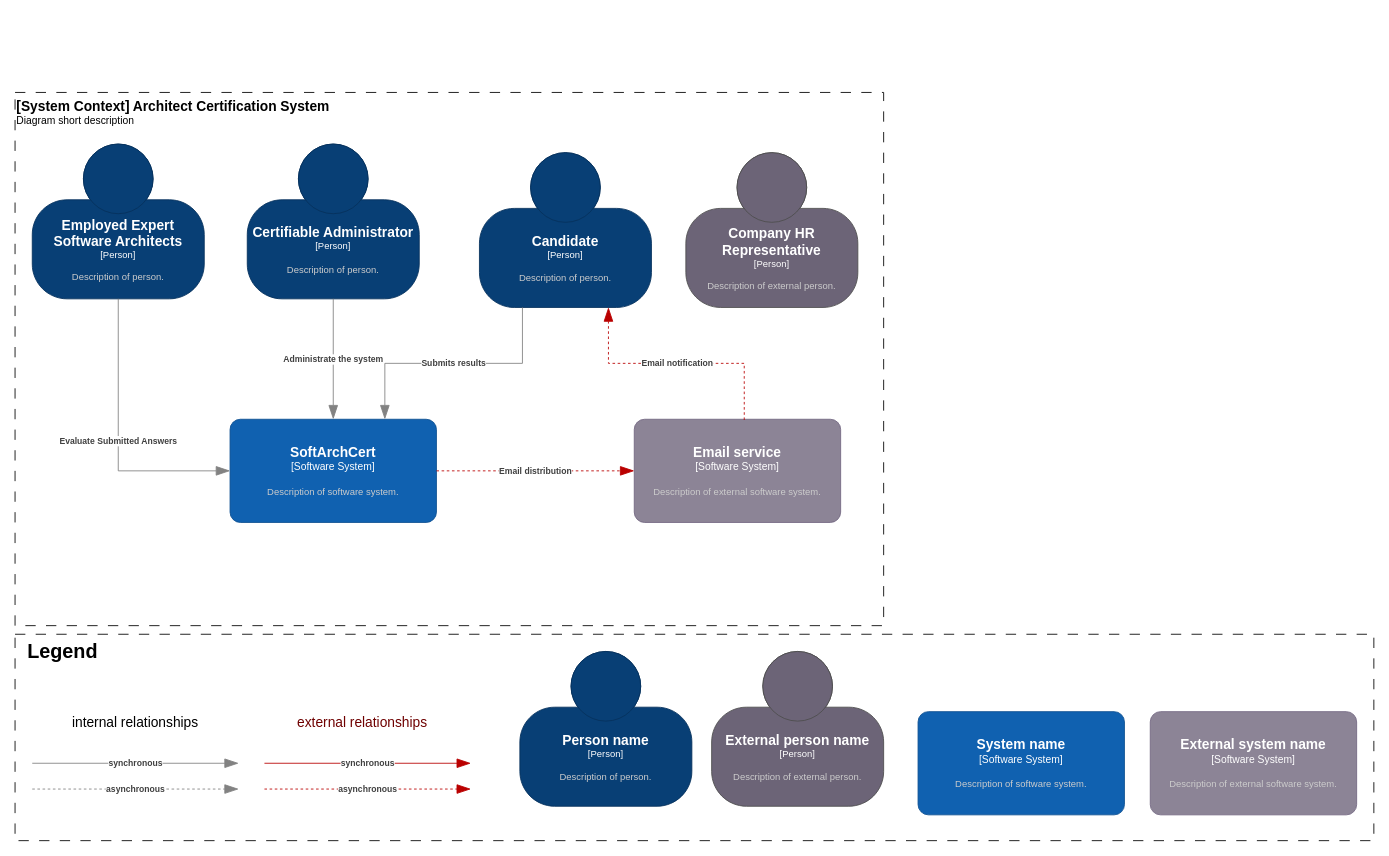
This is page "C1-Context" (1 of 3) of Certifiable c4.drawio from architectrons/arch-kata-2025, a draw.io file, before an edit. Source tidied: cells renumbered, new cells numbered last; positions are measured from the earlier drawing's top-left corner, leaving out a move shared by most shapes. Both pictures are drawn from the tidied source at 86%, with x=0, y=0 at pixel (15, 92).
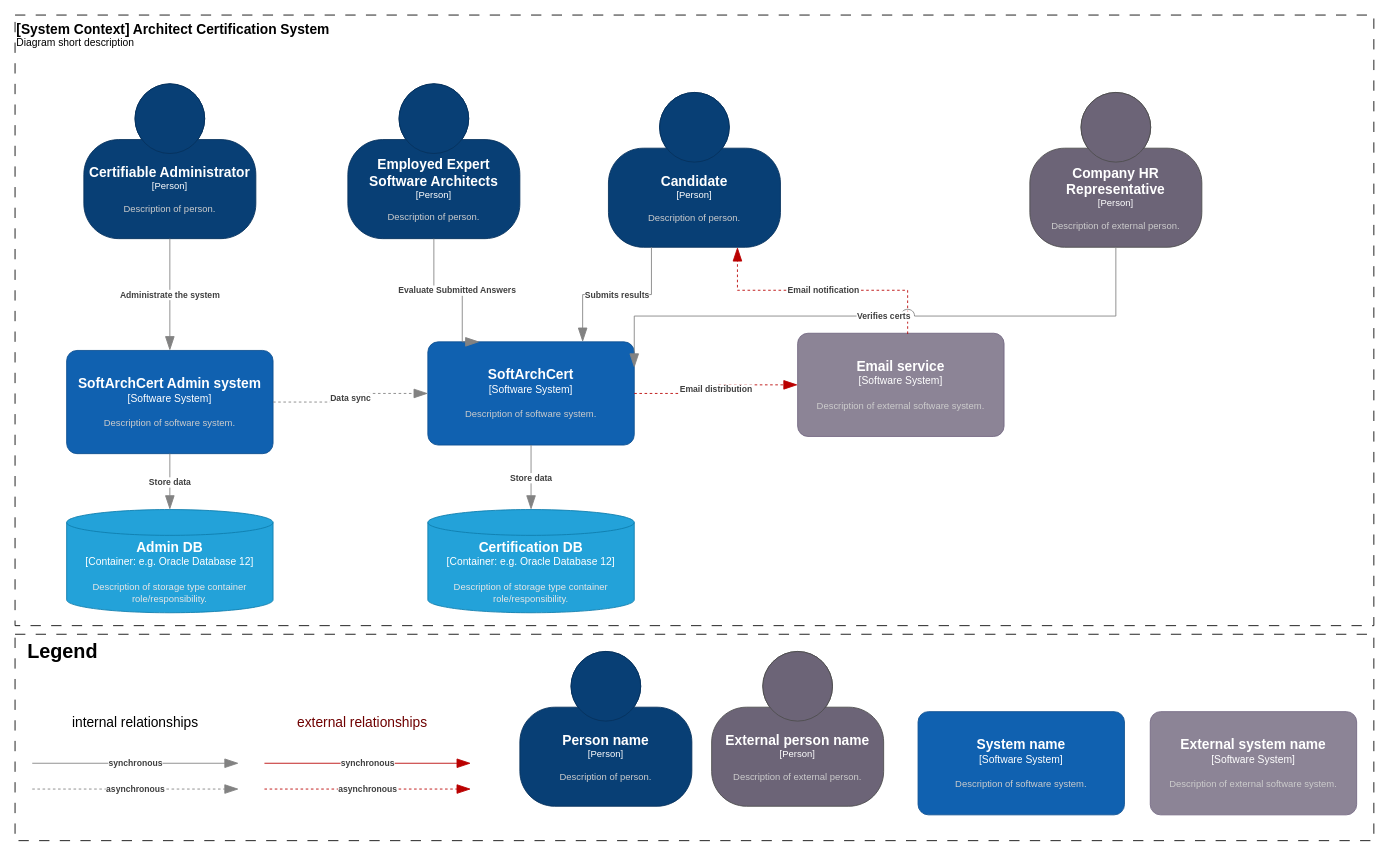
Above is the later version.

Diff of the diagram source:
```diff
@@
     <object id="3" label="&lt;font style=&quot;font-size: 16px&quot;&gt;&lt;b&gt;%c4Name%&lt;/b&gt;&lt;/font&gt;&lt;div&gt;[%c4Type%]&lt;/div&gt;&lt;br&gt;&lt;div&gt;&lt;font style=&quot;font-size: 11px&quot;&gt;&lt;font color=&quot;#cccccc&quot;&gt;%c4Description%&lt;/font&gt;&lt;/div&gt;" c4Description="Description of person." c4Name="Candidate" c4Type="Person" placeholders="1">
       <mxCell style="html=1;fontSize=11;dashed=0;whiteSpace=wrap;fillColor=#083F75;strokeColor=#06315C;fontColor=#ffffff;shape=mxgraph.c4.person2;align=center;points=[[0.5,0,0],[1,0.5,0],[1,0.75,0],[0.75,1,0],[0.5,1,0],[0.25,1,0],[0,0.75,0],[0,0.5,0]];" parent="1" vertex="1">
-        <mxGeometry x="540" y="70" width="200" height="180" as="geometry" />
+        <mxGeometry x="690" width="200" height="180" as="geometry" />
       </mxCell>
     </object>
     <object id="4" label="&lt;font style=&quot;font-size: 16px&quot;&gt;&lt;b&gt;%c4Name%&lt;/b&gt;&lt;/font&gt;&lt;div&gt;[%c4Type%]&lt;/div&gt;&lt;br&gt;&lt;div&gt;&lt;font style=&quot;font-size: 11px&quot;&gt;&lt;font color=&quot;#cccccc&quot;&gt;%c4Description%&lt;/font&gt;&lt;/div&gt;" c4Description="Description of person." c4Name="Certifiable Administrator" c4Type="Person" placeholders="1">
       <mxCell style="html=1;fontSize=11;dashed=0;whiteSpace=wrap;fillColor=#083F75;strokeColor=#06315C;fontColor=#ffffff;shape=mxgraph.c4.person2;align=center;points=[[0.5,0,0],[1,0.5,0],[1,0.75,0],[0.75,1,0],[0.5,1,0],[0.25,1,0],[0,0.75,0],[0,0.5,0]];" parent="1" vertex="1">
-        <mxGeometry x="270" y="60" width="200" height="180" as="geometry" />
+        <mxGeometry x="80" y="-10" width="200" height="180" as="geometry" />
       </mxCell>
     </object>
     <object id="5" label="&lt;font style=&quot;font-size: 16px&quot;&gt;&lt;b&gt;%c4Name%&lt;/b&gt;&lt;/font&gt;&lt;div&gt;[%c4Type%]&lt;/div&gt;&lt;br&gt;&lt;div&gt;&lt;font style=&quot;font-size: 11px&quot;&gt;&lt;font color=&quot;#cccccc&quot;&gt;%c4Description%&lt;/font&gt;&lt;/div&gt;" c4Description="Description of person." c4Name="Employed Expert Software Architects" c4Type="Person" placeholders="1">
       <mxCell style="html=1;fontSize=11;dashed=0;whiteSpace=wrap;fillColor=#083F75;strokeColor=#06315C;fontColor=#ffffff;shape=mxgraph.c4.person2;align=center;points=[[0.5,0,0],[1,0.5,0],[1,0.75,0],[0.75,1,0],[0.5,1,0],[0.25,1,0],[0,0.75,0],[0,0.5,0]];" parent="1" vertex="1">
-        <mxGeometry x="20" y="60" width="200" height="180" as="geometry" />
+        <mxGeometry x="387" y="-10" width="200" height="180" as="geometry" />
       </mxCell>
     </object>
     <object id="6" label="&lt;font style=&quot;font-size: 16px&quot;&gt;&lt;b&gt;%c4Name%&lt;/b&gt;&lt;/font&gt;&lt;div&gt;[%c4Type%]&lt;/div&gt;&lt;br&gt;&lt;div&gt;&lt;font style=&quot;font-size: 11px&quot;&gt;&lt;font color=&quot;#cccccc&quot;&gt;%c4Description%&lt;/font&gt;&lt;/div&gt;" c4Description="Description of external person." c4Name="Company HR Representative" c4Type="Person" placeholders="1">
       <mxCell style="html=1;fontSize=11;dashed=0;whiteSpace=wrap;fillColor=#6C6477;strokeColor=#4D4D4D;fontColor=#ffffff;shape=mxgraph.c4.person2;align=center;points=[[0.5,0,0],[1,0.5,0],[1,0.75,0],[0.75,1,0],[0.5,1,0],[0.25,1,0],[0,0.75,0],[0,0.5,0]];" parent="1" vertex="1">
-        <mxGeometry x="780" y="70" width="200" height="180" as="geometry" />
+        <mxGeometry x="1180" width="200" height="180" as="geometry" />
       </mxCell>
     </object>
     <object id="7" label="&lt;font style=&quot;font-size: 16px&quot;&gt;&lt;b&gt;%c4Name%&lt;/b&gt;&lt;/font&gt;&lt;div&gt;[%c4Type%]&lt;/div&gt;&lt;br&gt;&lt;div&gt;&lt;font style=&quot;font-size: 11px&quot;&gt;&lt;font color=&quot;#cccccc&quot;&gt;%c4Description%&lt;/font&gt;&lt;/div&gt;" c4Description="Description of software system." c4Name="SoftArchCert" c4Type="Software System" placeholders="1">
       <mxCell style="rounded=1;whiteSpace=wrap;html=1;labelBackgroundColor=none;fillColor=#1061B0;fontColor=#ffffff;align=center;arcSize=10;strokeColor=#0D5091;points=[[0.25,0,0],[0.5,0,0],[0.75,0,0],[1,0.25,0],[1,0.5,0],[1,0.75,0],[0.75,1,0],[0.5,1,0],[0.25,1,0],[0,0.75,0],[0,0.5,0],[0,0.25,0]];" parent="1" vertex="1">
-        <mxGeometry x="250" y="380" width="240" height="120" as="geometry" />
+        <mxGeometry x="480" y="290" width="240" height="120" as="geometry" />
       </mxCell>
     </object>
     <object id="8" label="&lt;font style=&quot;font-size: 16px&quot;&gt;&lt;b&gt;%c4Name%&lt;/b&gt;&lt;/font&gt;&lt;div&gt;[%c4Type%]&lt;/div&gt;&lt;br&gt;&lt;div&gt;&lt;font style=&quot;font-size: 11px&quot;&gt;&lt;font color=&quot;#cccccc&quot;&gt;%c4Description%&lt;/font&gt;&lt;/div&gt;" c4Description="Description of external software system." c4Name="Email service" c4Type="Software System" placeholders="1">
       <mxCell style="rounded=1;whiteSpace=wrap;html=1;labelBackgroundColor=none;fillColor=#8C8496;fontColor=#ffffff;align=center;arcSize=10;strokeColor=#736782;points=[[0.25,0,0],[0.5,0,0],[0.75,0,0],[1,0.25,0],[1,0.5,0],[1,0.75,0],[0.75,1,0],[0.5,1,0],[0.25,1,0],[0,0.75,0],[0,0.5,0],[0,0.25,0]];" parent="1" vertex="1">
-        <mxGeometry x="720" y="380" width="240" height="120" as="geometry" />
+        <mxGeometry x="910" y="280" width="240" height="120" as="geometry" />
       </mxCell>
     </object>
     <object id="9" label="&lt;font style=&quot;font-size: 16px&quot;&gt;&lt;b&gt;&lt;div style=&quot;text-align: left&quot;&gt;%c4Name%&lt;/div&gt;&lt;/b&gt;&lt;/font&gt;&lt;div style=&quot;text-align: left&quot;&gt;%c4Description%&lt;/div&gt;" c4Description="Diagram short description" c4Name="[System Context] Architect Certification System" placeholders="1">
       <mxCell style="text;html=1;strokeColor=default;fillColor=none;align=left;verticalAlign=top;whiteSpace=wrap;rounded=0;dashed=1;dashPattern=12 12;" parent="1" vertex="1">
-        <mxGeometry width="1010" height="620" as="geometry" />
+        <mxGeometry y="-90" width="1580" height="710" as="geometry" />
       </mxCell>
     </object>
@@
     <object id="23" label="&lt;div style=&quot;text-align: left&quot;&gt;&lt;div style=&quot;text-align: center&quot;&gt;&lt;b&gt;%c4Description%&lt;/b&gt;&lt;/div&gt;" c4Description="Evaluate Submitted Answers" placeholders="1">
-      <mxCell style="endArrow=blockThin;html=1;fontSize=10;fontColor=#404040;strokeWidth=1;endFill=1;strokeColor=#828282;elbow=vertical;endSize=14;startSize=14;jumpStyle=arc;jumpSize=16;rounded=0;edgeStyle=orthogonalEdgeStyle;exitX=0.5;exitY=1;exitDx=0;exitDy=0;exitPerimeter=0;entryX=0;entryY=0.5;entryDx=0;entryDy=0;entryPerimeter=0;" parent="1" edge="1" source="5" target="7">
-        <mxGeometry relative="1" as="geometry" />
+      <mxCell style="endArrow=blockThin;html=1;fontSize=10;fontColor=#404040;strokeWidth=1;endFill=1;strokeColor=#828282;elbow=vertical;endSize=14;startSize=14;jumpStyle=arc;jumpSize=16;rounded=0;edgeStyle=orthogonalEdgeStyle;exitX=0.5;exitY=1;exitDx=0;exitDy=0;exitPerimeter=0;entryX=0.25;entryY=0;entryDx=0;entryDy=0;entryPerimeter=0;" parent="1" edge="1" source="5" target="7">
+        <mxGeometry relative="1" as="geometry">
+          <Array as="points">
+            <mxPoint x="487" y="230" />
+            <mxPoint x="520" y="230" />
+          </Array>
+        </mxGeometry>
       </mxCell>
     </object>
     <object id="24" label="&lt;div style=&quot;text-align: left&quot;&gt;&lt;div style=&quot;text-align: center&quot;&gt;&lt;b&gt;%c4Description%&lt;/b&gt;&lt;/div&gt;" c4Description="Administrate the system" placeholders="1">
-      <mxCell style="endArrow=blockThin;html=1;fontSize=10;fontColor=#404040;strokeWidth=1;endFill=1;strokeColor=#828282;elbow=vertical;endSize=14;startSize=14;jumpStyle=arc;jumpSize=16;rounded=0;edgeStyle=orthogonalEdgeStyle;exitX=0.5;exitY=1;exitDx=0;exitDy=0;exitPerimeter=0;entryX=0.5;entryY=0;entryDx=0;entryDy=0;entryPerimeter=0;" parent="1" edge="1" source="4" target="7">
+      <mxCell style="endArrow=blockThin;html=1;fontSize=10;fontColor=#404040;strokeWidth=1;endFill=1;strokeColor=#828282;elbow=vertical;endSize=14;startSize=14;jumpStyle=arc;jumpSize=16;rounded=0;edgeStyle=orthogonalEdgeStyle;exitX=0.5;exitY=1;exitDx=0;exitDy=0;exitPerimeter=0;entryX=0.5;entryY=0;entryDx=0;entryDy=0;entryPerimeter=0;" parent="1" edge="1" source="4" target="28">
         <mxGeometry relative="1" as="geometry" />
       </mxCell>
     </object>
@@
+    <object id="26" label="&lt;font style=&quot;font-size: 16px&quot;&gt;&lt;b&gt;%c4Name%&lt;/b&gt;&lt;/font&gt;&lt;div&gt;[%c4Type%:&amp;nbsp;%c4Technology%]&lt;/div&gt;&lt;br&gt;&lt;div&gt;&lt;font style=&quot;font-size: 11px&quot;&gt;&lt;font color=&quot;#E6E6E6&quot;&gt;%c4Description%&lt;/font&gt;&lt;/div&gt;" c4Description="Description of storage type container role/responsibility." c4Name="Certification DB" c4Technology="e.g. Oracle Database 12" c4Type="Container" placeholders="1">
+      <mxCell style="shape=cylinder3;size=15;whiteSpace=wrap;html=1;boundedLbl=1;rounded=0;labelBackgroundColor=none;fillColor=#23A2D9;fontSize=12;fontColor=#ffffff;align=center;strokeColor=#0E7DAD;points=[[0.5,0,0],[1,0.25,0],[1,0.5,0],[1,0.75,0],[0.5,1,0],[0,0.75,0],[0,0.5,0],[0,0.25,0]];" parent="1" vertex="1">
+        <mxGeometry x="480" y="485" width="240" height="120" as="geometry" />
+      </mxCell>
+    </object>
+    <object id="27" label="&lt;div style=&quot;text-align: left&quot;&gt;&lt;div style=&quot;text-align: center&quot;&gt;&lt;b&gt;%c4Description%&lt;/b&gt;&lt;/div&gt;" c4Description="Store data" placeholders="1">
+      <mxCell style="endArrow=blockThin;html=1;fontSize=10;fontColor=#404040;strokeWidth=1;endFill=1;strokeColor=#828282;elbow=vertical;endSize=14;startSize=14;jumpStyle=arc;jumpSize=16;rounded=0;edgeStyle=orthogonalEdgeStyle;exitX=0.5;exitY=1;exitDx=0;exitDy=0;exitPerimeter=0;entryX=0.5;entryY=0;entryDx=0;entryDy=0;entryPerimeter=0;" parent="1" edge="1" source="7" target="26">
+        <mxGeometry relative="1" as="geometry" />
+      </mxCell>
+    </object>
+    <object id="28" label="&lt;font style=&quot;font-size: 16px&quot;&gt;&lt;b&gt;%c4Name%&lt;/b&gt;&lt;/font&gt;&lt;div&gt;[%c4Type%]&lt;/div&gt;&lt;br&gt;&lt;div&gt;&lt;font style=&quot;font-size: 11px&quot;&gt;&lt;font color=&quot;#cccccc&quot;&gt;%c4Description%&lt;/font&gt;&lt;/div&gt;" c4Description="Description of software system." c4Name="SoftArchCert Admin system" c4Type="Software System" placeholders="1">
+      <mxCell style="rounded=1;whiteSpace=wrap;html=1;labelBackgroundColor=none;fillColor=#1061B0;fontColor=#ffffff;align=center;arcSize=10;strokeColor=#0D5091;points=[[0.25,0,0],[0.5,0,0],[0.75,0,0],[1,0.25,0],[1,0.5,0],[1,0.75,0],[0.75,1,0],[0.5,1,0],[0.25,1,0],[0,0.75,0],[0,0.5,0],[0,0.25,0]];" parent="1" vertex="1">
+        <mxGeometry x="60" y="300" width="240" height="120" as="geometry" />
+      </mxCell>
+    </object>
+    <object id="29" label="&lt;font style=&quot;font-size: 16px&quot;&gt;&lt;b&gt;%c4Name%&lt;/b&gt;&lt;/font&gt;&lt;div&gt;[%c4Type%:&amp;nbsp;%c4Technology%]&lt;/div&gt;&lt;br&gt;&lt;div&gt;&lt;font style=&quot;font-size: 11px&quot;&gt;&lt;font color=&quot;#E6E6E6&quot;&gt;%c4Description%&lt;/font&gt;&lt;/div&gt;" c4Description="Description of storage type container role/responsibility." c4Name="Admin DB" c4Technology="e.g. Oracle Database 12" c4Type="Container" placeholders="1">
+      <mxCell style="shape=cylinder3;size=15;whiteSpace=wrap;html=1;boundedLbl=1;rounded=0;labelBackgroundColor=none;fillColor=#23A2D9;fontSize=12;fontColor=#ffffff;align=center;strokeColor=#0E7DAD;points=[[0.5,0,0],[1,0.25,0],[1,0.5,0],[1,0.75,0],[0.5,1,0],[0,0.75,0],[0,0.5,0],[0,0.25,0]];" parent="1" vertex="1">
+        <mxGeometry x="60" y="485" width="240" height="120" as="geometry" />
+      </mxCell>
+    </object>
+    <object id="30" label="&lt;div style=&quot;text-align: left&quot;&gt;&lt;div style=&quot;text-align: center&quot;&gt;&lt;b&gt;%c4Description%&lt;/b&gt;&lt;/div&gt;" c4Description="Store data" placeholders="1">
+      <mxCell style="endArrow=blockThin;html=1;fontSize=10;fontColor=#404040;strokeWidth=1;endFill=1;strokeColor=#828282;elbow=vertical;endSize=14;startSize=14;jumpStyle=arc;jumpSize=16;rounded=0;edgeStyle=orthogonalEdgeStyle;exitX=0.5;exitY=1;exitDx=0;exitDy=0;exitPerimeter=0;" parent="1" edge="1" source="28" target="29">
+        <mxGeometry relative="1" as="geometry" />
+      </mxCell>
+    </object>
+    <object id="31" label="&lt;div style=&quot;text-align: left&quot;&gt;&lt;div style=&quot;text-align: center&quot;&gt;&lt;b&gt;%c4Description%&lt;/b&gt;&lt;/div&gt;" c4Description="Data sync" placeholders="1">
+      <mxCell style="endArrow=blockThin;html=1;fontSize=10;fontColor=#404040;strokeWidth=1;endFill=1;strokeColor=#828282;elbow=vertical;endSize=14;startSize=14;jumpStyle=arc;jumpSize=16;rounded=0;edgeStyle=orthogonalEdgeStyle;dashed=1;exitX=1;exitY=0.5;exitDx=0;exitDy=0;exitPerimeter=0;entryX=0;entryY=0.5;entryDx=0;entryDy=0;entryPerimeter=0;" parent="1" edge="1" source="28" target="7">
+        <mxGeometry relative="1" as="geometry" />
+      </mxCell>
+    </object>
+    <object id="32" label="&lt;div style=&quot;text-align: left&quot;&gt;&lt;div style=&quot;text-align: center&quot;&gt;&lt;b&gt;%c4Description%&lt;/b&gt;&lt;/div&gt;" c4Description="Verifies certs" placeholders="1">
+      <mxCell style="endArrow=blockThin;html=1;fontSize=10;fontColor=#404040;strokeWidth=1;endFill=1;strokeColor=#828282;elbow=vertical;endSize=14;startSize=14;jumpStyle=arc;jumpSize=16;rounded=0;edgeStyle=orthogonalEdgeStyle;exitX=0.5;exitY=1;exitDx=0;exitDy=0;exitPerimeter=0;entryX=1;entryY=0.25;entryDx=0;entryDy=0;entryPerimeter=0;" parent="1" edge="1" source="6" target="7">
+        <mxGeometry relative="1" as="geometry">
+          <Array as="points">
+            <mxPoint x="1280" y="260" />
+            <mxPoint x="720" y="260" />
+          </Array>
+        </mxGeometry>
+      </mxCell>
+    </object>
```
